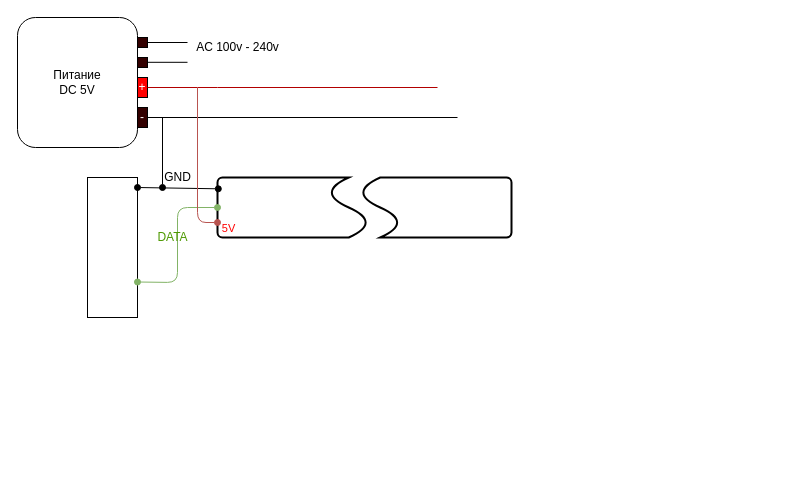
Earlier version of the draw.io diagram Untitled Diagram.drawio (dream-interactive/atlas.accessories). Source tidied: cells renumbered, new cells numbered last; positions are measured from the earlier drawing's top-left corner, leaving out a move shared by most shapes. Both pictures are drawn from the tidied source at 100%, with x=0, y=0 at pixel (17, 17).
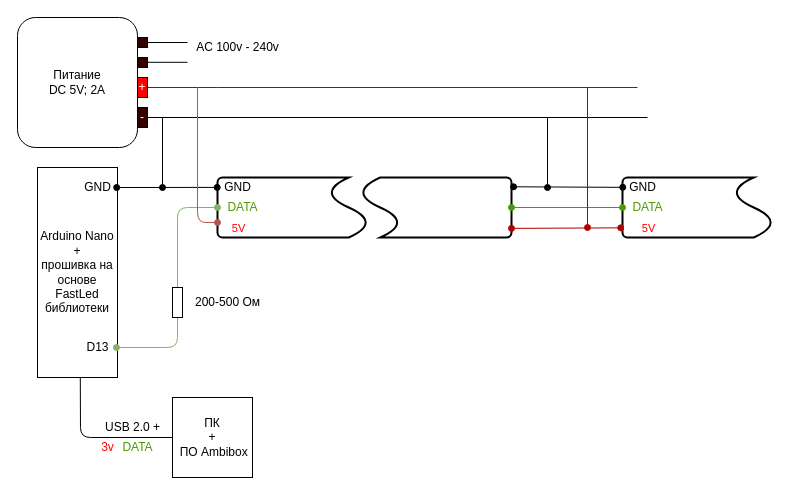
The same page after the edit.

Unchanged cells that the change refers to:
```xml
<mxCell id="3" style="strokeWidth=2;html=1;shape=mxgraph.flowchart.document2;whiteSpace=wrap;size=0.25;fillColor=#ffffff;gradientColor=none;fontColor=#FF0000;rotation=-90;" parent="1" vertex="1">
  <mxGeometry x="245" y="115" width="60" height="150" as="geometry" />
</mxCell>
<mxCell id="10" value="&lt;font color=&quot;#ffffff&quot;&gt;+&lt;/font&gt;" style="rounded=0;whiteSpace=wrap;html=1;fillColor=#FF0000;" parent="1" vertex="1">
  <mxGeometry x="120" y="60" width="10" height="20" as="geometry" />
</mxCell>
<mxCell id="11" value="&lt;font color=&quot;#ffffff&quot;&gt;-&lt;/font&gt;" style="rounded=0;whiteSpace=wrap;html=1;fillColor=#330000;" parent="1" vertex="1">
  <mxGeometry x="120" y="90" width="10" height="20" as="geometry" />
</mxCell>
<mxCell id="18" style="endArrow=none;html=1;strokeColor=#b85450;fillColor=#f8cecc;exitX=0;exitY=0.75;exitDx=0;exitDy=0;endFill=0;startArrow=oval;startFill=1;" parent="1" edge="1">
  <mxGeometry relative="1" as="geometry">
    <mxPoint x="200" y="205" as="sourcePoint" />
    <mxPoint x="180" y="70" as="targetPoint" />
    <Array as="points">
      <mxPoint x="180" y="205" />
    </Array>
  </mxGeometry>
</mxCell>
<mxCell id="21" style="strokeWidth=2;html=1;shape=mxgraph.flowchart.document2;whiteSpace=wrap;size=0.25;fillColor=#ffffff;gradientColor=none;fontColor=#FF0000;rotation=90;" parent="1" vertex="1">
  <mxGeometry x="389" y="115" width="60" height="150" as="geometry" />
</mxCell>
```

The edit, as a diff of the source:
```diff
@@
-    <mxCell id="2" style="rounded=0;whiteSpace=wrap;html=1;strokeColor=#000000;fillColor=#ffffff;gradientColor=none;fontColor=#FF0000;" parent="1" vertex="1">
-      <mxGeometry x="70" y="160" width="50" height="140" as="geometry" />
-    </mxCell>
+    <mxCell id="22" value="&lt;font color=&quot;#000000&quot;&gt;Arduino Nano&lt;br&gt;+&lt;br&gt;прошивка на основе FastLed библиотеки&lt;/font&gt;" style="rounded=0;whiteSpace=wrap;html=1;strokeColor=#000000;fillColor=#ffffff;gradientColor=none;fontColor=#FF0000;" parent="1" vertex="1">
+      <mxGeometry x="20" y="150" width="80" height="210" as="geometry" />
+    </mxCell>
@@
-    <mxCell id="4" value="Питание&lt;br&gt;DC 5V" style="rounded=1;whiteSpace=wrap;html=1;" parent="1" vertex="1">
+    <mxCell id="4" value="Питание&lt;br&gt;DC 5V; 2А" style="rounded=1;whiteSpace=wrap;html=1;" parent="1" vertex="1">
       <mxGeometry width="120" height="130" as="geometry" />
     </mxCell>
@@
     <mxCell id="12" style="endArrow=none;html=1;exitX=1;exitY=0.5;exitDx=0;exitDy=0;fillColor=#e51400;strokeColor=#B20000;" parent="1" edge="1" source="10">
       <mxGeometry relative="1" as="geometry">
-        <mxPoint x="420" y="70" as="targetPoint" />
+        <mxPoint x="620" y="70" as="targetPoint" />
         <Array as="points">
           <mxPoint x="190" y="70" />
         </Array>
       </mxGeometry>
     </mxCell>
     <mxCell id="13" style="endArrow=none;html=1;strokeColor=#000000;fillColor=#FF0000;exitX=1;exitY=0.5;exitDx=0;exitDy=0;" parent="1" edge="1" source="11">
       <mxGeometry relative="1" as="geometry">
-        <mxPoint x="440" y="100" as="targetPoint" />
+        <mxPoint x="630" y="100" as="targetPoint" />
       </mxGeometry>
     </mxCell>
-    <mxCell id="14" style="endArrow=oval;html=1;strokeColor=#000000;fillColor=#FF0000;entryX=0.007;entryY=0.189;entryDx=0;entryDy=0;startArrow=oval;startFill=1;endFill=1;entryPerimeter=0;" parent="1" edge="1">
+    <mxCell id="14" style="endArrow=oval;html=1;strokeColor=#000000;fillColor=#FF0000;entryX=0.835;entryY=-0.002;entryDx=0;entryDy=0;startArrow=oval;startFill=1;endFill=1;entryPerimeter=0;" parent="1" edge="1" target="3">
       <mxGeometry relative="1" as="geometry">
-        <mxPoint x="120" y="170" as="sourcePoint" />
-        <mxPoint x="200.8" y="171.3" as="targetPoint" />
+        <mxPoint x="99.2" y="170" as="sourcePoint" />
       </mxGeometry>
     </mxCell>
     <mxCell id="15" style="endArrow=oval;html=1;strokeColor=#82b366;fillColor=#d5e8d4;entryX=0.5;entryY=0;entryDx=0;entryDy=0;startArrow=oval;startFill=1;endFill=1;entryPerimeter=0;" parent="1" edge="1" target="3">
       <mxGeometry relative="1" as="geometry">
-        <mxPoint x="120" y="264.5" as="sourcePoint" />
+        <mxPoint x="99" y="330" as="sourcePoint" />
         <Array as="points">
-          <mxPoint x="160" y="265" />
+          <mxPoint x="160" y="330" />
           <mxPoint x="160" y="190" />
         </Array>
       </mxGeometry>
     </mxCell>
     <mxCell id="16" value="GND" style="text;html=1;align=center;verticalAlign=middle;" parent="1" vertex="1">
-      <mxGeometry x="140" y="150" width="40" height="20" as="geometry" />
+      <mxGeometry x="200" y="160" width="40" height="20" as="geometry" />
     </mxCell>
     <mxCell id="17" value="&lt;font color=&quot;#4d9900&quot;&gt;DATA&lt;/font&gt;" style="text;html=1;align=center;verticalAlign=middle;" parent="1" vertex="1">
-      <mxGeometry x="130" y="210" width="50" height="20" as="geometry" />
+      <mxGeometry x="200" y="180" width="50" height="20" as="geometry" />
     </mxCell>
@@
     <mxCell id="19" value="5V" style="edgeLabel;html=1;align=center;verticalAlign=middle;fontColor=#FF0000;" parent="18" vertex="1">
       <mxGeometry x="0.28" y="-2" relative="1" as="geometry">
-        <mxPoint x="28" y="84.5" as="offset" />
+        <mxPoint x="38" y="84.5" as="offset" />
       </mxGeometry>
     </mxCell>
@@
+    <mxCell id="23" style="rounded=0;whiteSpace=wrap;html=1;strokeColor=#000000;fillColor=#ffffff;gradientColor=none;fontColor=#FF0000;" parent="1" vertex="1">
+      <mxGeometry x="155" y="270" width="10" height="30" as="geometry" />
+    </mxCell>
+    <mxCell id="24" value="&lt;font color=&quot;#000000&quot;&gt;200-500 Ом&lt;/font&gt;" style="text;html=1;align=center;verticalAlign=middle;fontColor=#FF0000;" parent="1" vertex="1">
+      <mxGeometry x="170" y="275" width="80" height="20" as="geometry" />
+    </mxCell>
+    <mxCell id="25" style="endArrow=none;html=1;strokeColor=#000000;fillColor=#FF0000;fontColor=#FF0000;entryX=0.5;entryY=1;entryDx=0;entryDy=0;" parent="1" edge="1">
+      <mxGeometry relative="1" as="geometry">
+        <mxPoint x="160" y="420" as="sourcePoint" />
+        <mxPoint x="62.8" y="360" as="targetPoint" />
+        <Array as="points">
+          <mxPoint x="63" y="420" />
+        </Array>
+      </mxGeometry>
+    </mxCell>
+    <mxCell id="26" value="&lt;font color=&quot;#000000&quot;&gt;USB 2.0 +&lt;/font&gt;" style="text;html=1;align=center;verticalAlign=middle;fontColor=#FF0000;" parent="1" vertex="1">
+      <mxGeometry x="80" y="400" width="70" height="20" as="geometry" />
+    </mxCell>
+    <mxCell id="27" style="strokeWidth=2;html=1;shape=mxgraph.flowchart.document2;whiteSpace=wrap;size=0.25;fillColor=#ffffff;gradientColor=none;fontColor=#FF0000;rotation=-90;" parent="1" vertex="1">
+      <mxGeometry x="650" y="115" width="60" height="150" as="geometry" />
+    </mxCell>
+    <mxCell id="28" style="endArrow=oval;html=1;strokeColor=#000000;fillColor=#FF0000;entryX=0.006;entryY=0.492;entryDx=0;entryDy=0;startArrow=oval;startFill=1;endFill=1;entryPerimeter=0;exitX=0.155;exitY=-0.014;exitDx=0;exitDy=0;exitPerimeter=0;" parent="1" edge="1" source="21" target="29">
+      <mxGeometry relative="1" as="geometry" />
+    </mxCell>
+    <mxCell id="29" value="GND" style="text;html=1;align=center;verticalAlign=middle;points=[];" parent="1" vertex="1">
+      <mxGeometry x="605" y="160" width="40" height="20" as="geometry" />
+    </mxCell>
+    <mxCell id="30" value="&lt;font color=&quot;#000000&quot;&gt;ПК&lt;br&gt;+&lt;br&gt;&amp;nbsp;ПО Ambibox&lt;/font&gt;" style="whiteSpace=wrap;html=1;strokeColor=#000000;fillColor=#ffffff;gradientColor=none;fontColor=#FF0000;" parent="1" vertex="1">
+      <mxGeometry x="155" y="380" width="80" height="80" as="geometry" />
+    </mxCell>
+    <mxCell id="31" value="&lt;font color=&quot;#000000&quot;&gt;D13&lt;/font&gt;" style="text;html=1;align=center;verticalAlign=middle;fontColor=#FF0000;" parent="1" vertex="1">
+      <mxGeometry x="60" y="320" width="40" height="20" as="geometry" />
+    </mxCell>
+    <mxCell id="32" value="&lt;font color=&quot;#000000&quot;&gt;GND&lt;/font&gt;" style="text;html=1;align=center;verticalAlign=middle;fontColor=#FF0000;" parent="1" vertex="1">
+      <mxGeometry x="60" y="160" width="40" height="20" as="geometry" />
+    </mxCell>
+    <mxCell id="33" value="3v" style="text;html=1;align=center;verticalAlign=middle;fontColor=#FF0000;" parent="1" vertex="1">
+      <mxGeometry x="75" y="420" width="30" height="20" as="geometry" />
+    </mxCell>
+    <mxCell id="34" value="&lt;font color=&quot;#4d9900&quot;&gt;DATA&lt;/font&gt;" style="text;html=1;align=center;verticalAlign=middle;fontColor=#FF0000;" parent="1" vertex="1">
+      <mxGeometry x="95" y="420" width="50" height="20" as="geometry" />
+    </mxCell>
+    <mxCell id="35" style="endArrow=oval;html=1;fillColor=#6d8764;entryX=0.5;entryY=0;entryDx=0;entryDy=0;startArrow=oval;startFill=1;endFill=1;entryPerimeter=0;exitX=0.5;exitY=0;exitDx=0;exitDy=0;exitPerimeter=0;strokeColor=#4D9900;" parent="1" edge="1" source="21" target="27">
+      <mxGeometry relative="1" as="geometry" />
+    </mxCell>
+    <mxCell id="36" style="endArrow=oval;html=1;strokeColor=#B20000;fillColor=#e51400;entryX=0.161;entryY=-0.012;entryDx=0;entryDy=0;startArrow=oval;startFill=1;endFill=1;entryPerimeter=0;exitX=0.848;exitY=0;exitDx=0;exitDy=0;exitPerimeter=0;" parent="1" edge="1" source="21" target="27">
+      <mxGeometry relative="1" as="geometry" />
+    </mxCell>
+    <mxCell id="37" value="&lt;font color=&quot;#4d9900&quot;&gt;DATA&lt;/font&gt;" style="text;html=1;align=center;verticalAlign=middle;" parent="1" vertex="1">
+      <mxGeometry x="605" y="180" width="50" height="20" as="geometry" />
+    </mxCell>
+    <mxCell id="38" value="5V" style="edgeLabel;html=1;align=center;verticalAlign=middle;fontColor=#FF0000;" parent="1" vertex="1">
+      <mxGeometry x="630" y="210" as="geometry" />
+    </mxCell>
+    <mxCell id="39" style="endArrow=none;html=1;strokeColor=#B20000;fillColor=#e51400;fontColor=#FF0000;startArrow=oval;startFill=1;" parent="1" edge="1">
+      <mxGeometry relative="1" as="geometry">
+        <mxPoint x="570" y="210" as="sourcePoint" />
+        <mxPoint x="570" y="70" as="targetPoint" />
+      </mxGeometry>
+    </mxCell>
+    <mxCell id="40" style="endArrow=none;html=1;strokeColor=#000000;fillColor=#FF0000;fontColor=#FF0000;startArrow=oval;startFill=1;" parent="1" edge="1">
+      <mxGeometry relative="1" as="geometry">
+        <mxPoint x="530" y="170" as="sourcePoint" />
+        <mxPoint x="530" y="100" as="targetPoint" />
+      </mxGeometry>
+    </mxCell>
```
